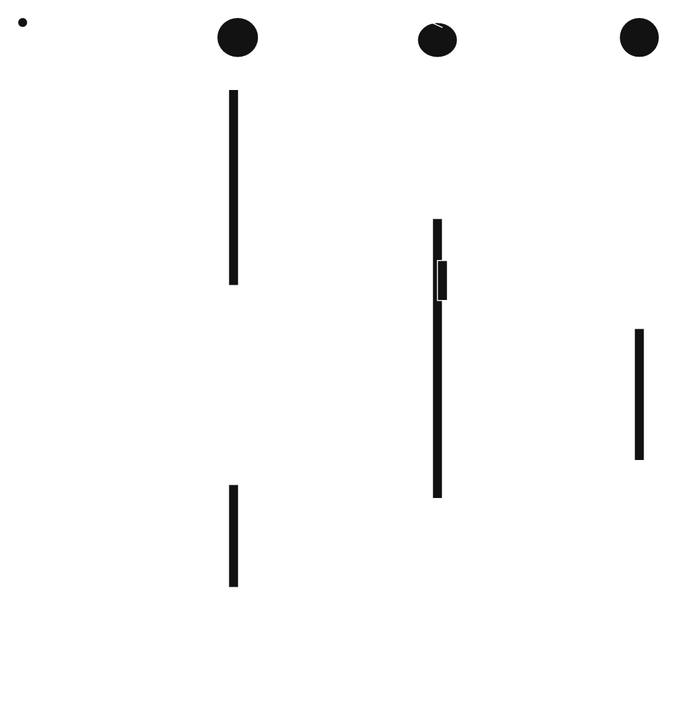
sy-150/IF2150-RPL-K02-G05 keeps this draw.io diagram as docs/M8/assets/diagram/UC01_N.drawio.png. Above is the earlier version. Source tidied: cells renumbered, new cells last; positions are measured from the earlier drawing's top-left corner, leaving out a move shared by most shapes.
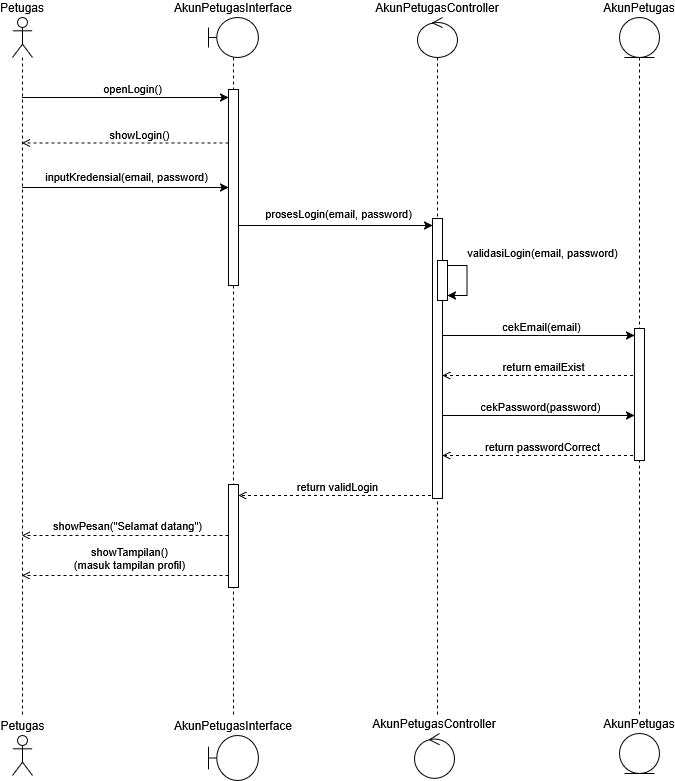
Later version of the same file.

Change to the diagram source:
```diff
@@ -2,7 +2,7 @@
   <root>
     <mxCell id="0" />
     <mxCell id="1" parent="0" />
-    <mxCell id="2" style="edgeStyle=sequenceEdgeStyle;rounded=0;jettySize=auto;html=1;libavoidRouting=0;curved=0;defaultLabelBackgroundColor=gap;endArrow=open;endFill=0;" parent="1" edge="1" source="6" target="10">
+    <mxCell id="2" style="edgeStyle=sequenceEdgeStyle;rounded=0;jettySize=auto;html=1;libavoidRouting=0;curved=0;defaultLabelBackgroundColor=gap;endArrow=classic;endFill=1;" parent="1" edge="1" source="6" target="10">
       <mxGeometry x="0.04" relative="1" as="geometry">
         <Array as="points">
           <mxPoint x="103" y="80" />
@@ -14,12 +14,12 @@
         <mxPoint x="-27" y="-12" as="offset" />
       </mxGeometry>
     </mxCell>
-    <mxCell id="4" value="inputKredensial(username, password)" style="edgeLabel;html=1;align=center;verticalAlign=middle;defaultLabelBackgroundColor=gap;" parent="2" vertex="1">
+    <mxCell id="4" value="inputKredensial(email, password)" style="edgeLabel;html=1;align=center;verticalAlign=middle;defaultLabelBackgroundColor=gap;" parent="2" vertex="1">
       <mxGeometry x="0.33" y="-2" relative="1" as="geometry">
         <mxPoint x="-33" y="76" as="offset" />
       </mxGeometry>
     </mxCell>
-    <mxCell id="5" style="edgeStyle=sequenceEdgeStyle;rounded=0;jettySize=auto;html=1;libavoidRouting=0;curved=0;defaultLabelBackgroundColor=gap;endArrow=open;endFill=0;" parent="1" edge="1" source="6" target="10">
+    <mxCell id="5" style="edgeStyle=sequenceEdgeStyle;rounded=0;jettySize=auto;html=1;libavoidRouting=0;curved=0;defaultLabelBackgroundColor=gap;endArrow=classic;endFill=1;" parent="1" edge="1" source="6" target="10">
       <mxGeometry x="0.04" relative="1" as="geometry">
         <Array as="points">
           <mxPoint x="103" y="170" />
@@ -29,14 +29,14 @@
     <mxCell id="6" value="Petugas" style="shape=umlLifeline;perimeter=lifelinePerimeter;whiteSpace=wrap;html=1;outlineConnect=0;portConstraint=eastwest;newEdgeStyle={&quot;edgeStyle&quot;:&quot;sequenceEdgeStyle&quot;,&quot;libavoidRouting&quot;:0,&quot;curved&quot;:0,&quot;rounded&quot;:0};participant=umlActor;labelPosition=center;verticalLabelPosition=top;align=center;verticalAlign=bottom;labelPerimeter=1;" parent="1" vertex="1">
       <mxGeometry width="20" height="700" as="geometry" />
     </mxCell>
-    <mxCell id="7" style="edgeStyle=sequenceEdgeStyle;rounded=0;jettySize=auto;html=1;libavoidRouting=0;curved=0;defaultLabelBackgroundColor=gap;endArrow=open;endFill=0;" parent="1" edge="1" source="9" target="19">
+    <mxCell id="7" style="edgeStyle=sequenceEdgeStyle;rounded=0;jettySize=auto;html=1;libavoidRouting=0;curved=0;defaultLabelBackgroundColor=gap;endArrow=classic;endFill=1;" parent="1" edge="1" source="9" target="19">
       <mxGeometry x="0.03" relative="1" as="geometry">
         <Array as="points">
           <mxPoint x="298.5" y="208" />
         </Array>
       </mxGeometry>
     </mxCell>
-    <mxCell id="8" value="prosesLogin(username, password)" style="edgeLabel;html=1;align=center;verticalAlign=middle;defaultLabelBackgroundColor=gap;" parent="7" vertex="1">
+    <mxCell id="8" value="prosesLogin(email, password)" style="edgeLabel;html=1;align=center;verticalAlign=middle;defaultLabelBackgroundColor=gap;" parent="7" vertex="1">
       <mxGeometry x="0.37" y="4" relative="1" as="geometry">
         <mxPoint x="-32" y="-9" as="offset" />
       </mxGeometry>
@@ -50,20 +50,20 @@
     <mxCell id="11" style="html=1;points=[[0,0,0,0,5],[0,1,0,0,-5],[1,0,0,0,5],[1,1,0,0,-5]];perimeter=orthogonalPerimeter;outlineConnect=0;targetShapes=umlLifeline;portConstraint=eastwest;newEdgeStyle={&quot;edgeStyle&quot;:&quot;sequenceEdgeStyle&quot;,&quot;libavoidRouting&quot;:0,&quot;curved&quot;:0,&quot;rounded&quot;:0};" parent="9" vertex="1">
       <mxGeometry x="20" y="467" width="10" height="103" as="geometry" />
     </mxCell>
-    <mxCell id="12" style="edgeStyle=sequenceEdgeStyle;rounded=0;jettySize=auto;html=1;libavoidRouting=0;curved=0;defaultLabelBackgroundColor=gap;endArrow=open;endFill=0;" parent="1" edge="1" source="18" target="28">
-      <mxGeometry x="0.04" relative="1" as="geometry">
+    <mxCell id="12" style="edgeStyle=sequenceEdgeStyle;rounded=0;jettySize=auto;html=1;libavoidRouting=0;curved=0;defaultLabelBackgroundColor=gap;endArrow=classic;endFill=1;" parent="1" edge="1" source="18" target="28">
+      <mxGeometry x="0.03" relative="1" as="geometry">
         <Array as="points">
           <mxPoint x="504" y="318" />
         </Array>
       </mxGeometry>
     </mxCell>
-    <mxCell id="13" value="cekUsername(username)" style="edgeLabel;html=1;align=center;verticalAlign=middle;defaultLabelBackgroundColor=gap;" parent="12" vertex="1">
+    <mxCell id="13" value="cekEmail(email)" style="edgeLabel;html=1;align=center;verticalAlign=middle;defaultLabelBackgroundColor=gap;" parent="12" vertex="1">
       <mxGeometry x="0.55" y="1" relative="1" as="geometry">
         <mxPoint x="-49" y="-9" as="offset" />
       </mxGeometry>
     </mxCell>
-    <mxCell id="14" style="edgeStyle=sequenceEdgeStyle;rounded=0;jettySize=auto;html=1;libavoidRouting=0;curved=0;defaultLabelBackgroundColor=gap;endArrow=open;endFill=0;" parent="1" edge="1" source="18" target="28">
-      <mxGeometry x="0.04" relative="1" as="geometry">
+    <mxCell id="14" style="edgeStyle=sequenceEdgeStyle;rounded=0;jettySize=auto;html=1;libavoidRouting=0;curved=0;defaultLabelBackgroundColor=gap;endArrow=classic;endFill=1;" parent="1" edge="1" source="18" target="28">
+      <mxGeometry x="0.03" relative="1" as="geometry">
         <Array as="points">
           <mxPoint x="504" y="398" />
         </Array>
@@ -92,15 +92,15 @@
     <mxCell id="19" style="html=1;points=[[0,0,0,0,5],[0,1,0,0,-5],[1,0,0,0,5],[1,1,0,0,-5]];perimeter=orthogonalPerimeter;outlineConnect=0;targetShapes=umlLifeline;portConstraint=eastwest;newEdgeStyle={&quot;edgeStyle&quot;:&quot;sequenceEdgeStyle&quot;,&quot;libavoidRouting&quot;:0,&quot;curved&quot;:0,&quot;rounded&quot;:0};" parent="18" vertex="1">
       <mxGeometry x="15" y="201" width="10" height="280" as="geometry" />
     </mxCell>
-    <mxCell id="20" style="edgeStyle=sequenceEdgeStyle;rounded=0;jettySize=auto;html=1;libavoidRouting=0;curved=0;defaultLabelBackgroundColor=gap;endArrow=open;endFill=0;entryX=1;entryY=1;entryDx=0;entryDy=-5;entryPerimeter=0;" parent="18" edge="1" source="19" target="22">
-      <mxGeometry x="0.1" relative="1" as="geometry">
+    <mxCell id="20" style="edgeStyle=sequenceEdgeStyle;rounded=0;jettySize=auto;html=1;libavoidRouting=0;curved=0;defaultLabelBackgroundColor=gap;endArrow=classic;endFill=1;entryX=1;entryY=1;entryDx=0;entryDy=-5;entryPerimeter=0;" parent="18" edge="1" source="19" target="22">
+      <mxGeometry x="0.11" relative="1" as="geometry">
         <Array as="points">
           <mxPoint x="49.5" y="248" />
           <mxPoint x="49.5" y="278" />
         </Array>
       </mxGeometry>
     </mxCell>
-    <mxCell id="21" value="validasiLogin(username, password)" style="edgeLabel;html=1;align=center;verticalAlign=middle;defaultLabelBackgroundColor=gap;" parent="20" vertex="1">
+    <mxCell id="21" value="validasiLogin(email, password)" style="edgeLabel;html=1;align=center;verticalAlign=middle;defaultLabelBackgroundColor=gap;" parent="20" vertex="1">
       <mxGeometry x="0.78" y="-5" relative="1" as="geometry">
         <mxPoint x="86" y="-39" as="offset" />
       </mxGeometry>
@@ -115,7 +115,7 @@
         </Array>
       </mxGeometry>
     </mxCell>
-    <mxCell id="24" value="return usernameExist" style="edgeLabel;html=1;align=center;verticalAlign=middle;defaultLabelBackgroundColor=gap;" parent="23" vertex="1">
+    <mxCell id="24" value="return emailExist" style="edgeLabel;html=1;align=center;verticalAlign=middle;defaultLabelBackgroundColor=gap;" parent="23" vertex="1">
       <mxGeometry x="-0.31" relative="1" as="geometry">
         <mxPoint x="-28" y="-10" as="offset" />
       </mxGeometry>
@@ -174,5 +174,17 @@
         </Array>
       </mxGeometry>
     </mxCell>
+    <mxCell id="35" value="Petugas" style="shape=umlActor;verticalLabelPosition=top;verticalAlign=bottom;html=1;labelPerimeter=1;labelPosition=center;align=center;" parent="1" vertex="1">
+      <mxGeometry y="718" width="20" height="40" as="geometry" />
+    </mxCell>
+    <mxCell id="36" value="AkunPetugasInterface" style="shape=umlBoundary;whiteSpace=wrap;html=1;labelPosition=center;verticalLabelPosition=top;align=center;verticalAlign=bottom;labelPerimeter=1;" parent="1" vertex="1">
+      <mxGeometry x="196" y="718" width="50" height="45" as="geometry" />
+    </mxCell>
+    <mxCell id="37" value="AkunPetugasController" style="ellipse;shape=umlControl;whiteSpace=wrap;html=1;labelPosition=center;verticalLabelPosition=top;align=center;verticalAlign=bottom;labelPerimeter=1;" parent="1" vertex="1">
+      <mxGeometry x="402" y="716" width="40" height="45" as="geometry" />
+    </mxCell>
+    <mxCell id="38" value="AkunPetugas" style="ellipse;shape=umlEntity;whiteSpace=wrap;html=1;labelPosition=center;verticalLabelPosition=top;align=center;verticalAlign=bottom;labelPerimeter=1;" parent="1" vertex="1">
+      <mxGeometry x="607" y="716" width="40" height="40" as="geometry" />
+    </mxCell>
   </root>
 </mxGraphModel>
```
